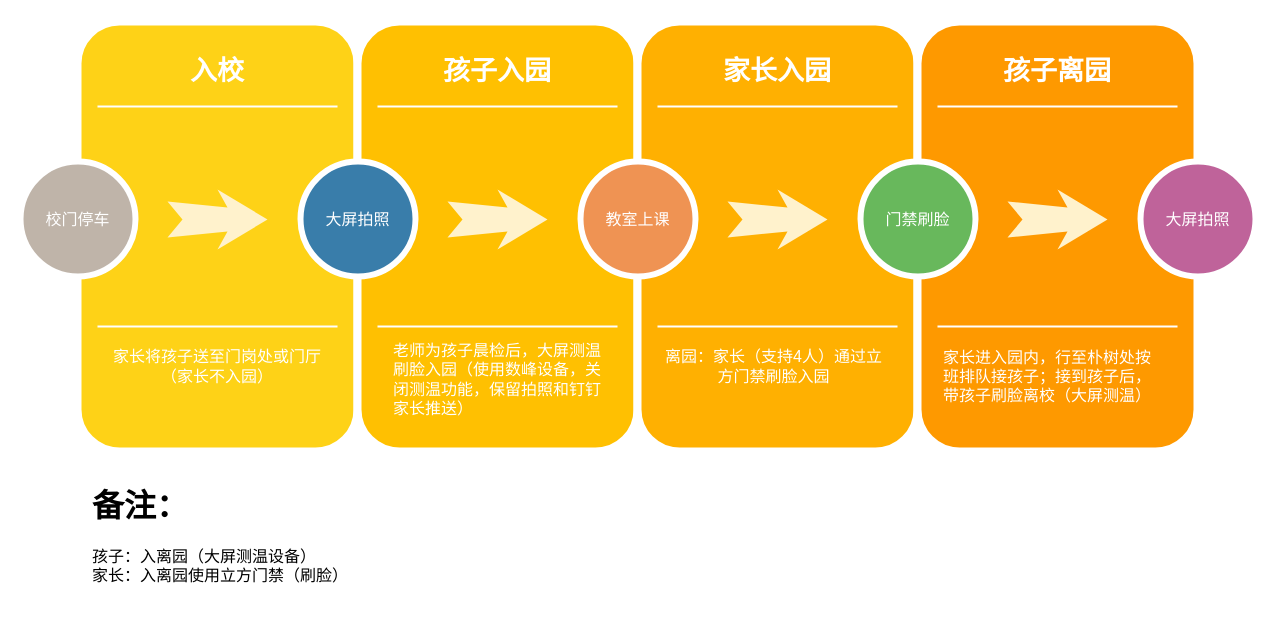
This is 云谷园区入离园方案.drawio from tidusxujun/chemao, a draw.io file, before an edit. Source tidied: cells renumbered, new cells numbered last; positions are measured from the earlier drawing's top-left corner, leaving out a move shared by most shapes. Both pictures are drawn from the tidied source at 100%, with x=0, y=0 at pixel (20, 21).
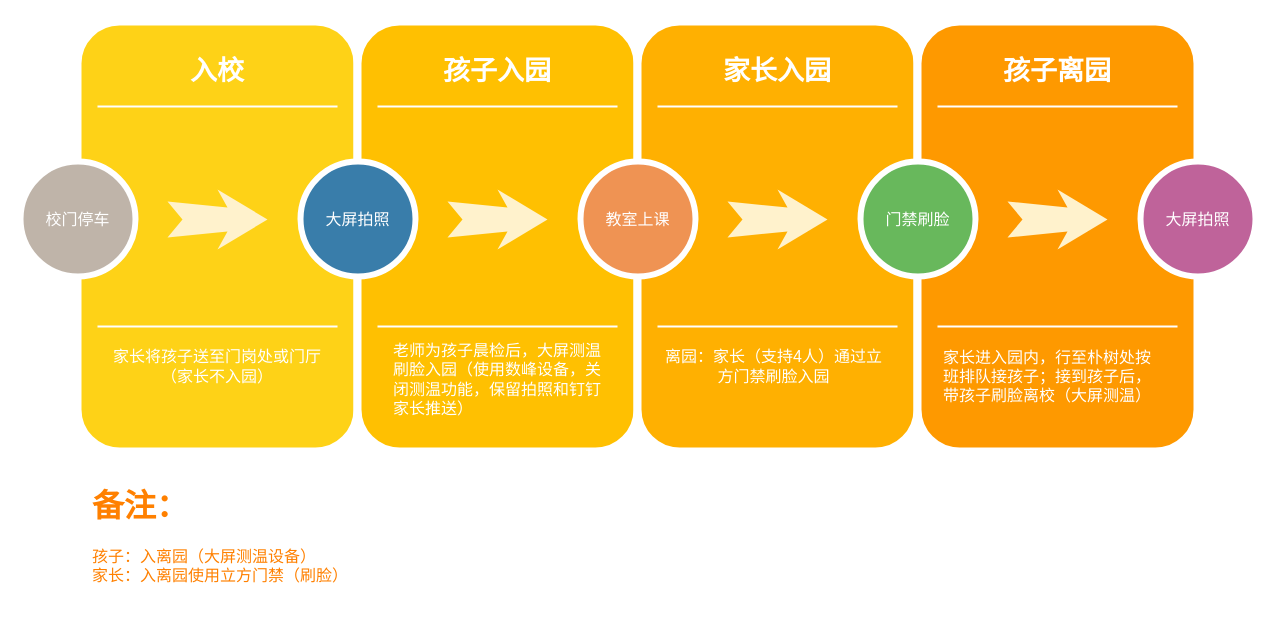
After the change.

Commit message:
更新云谷园区入离园方案.drawio

Diff of the diagram source:
```diff
@@
-    <mxCell id="31" value="&lt;h1&gt;备注：&lt;/h1&gt;&lt;div&gt;孩子：入离园（大屏测温设备）&lt;/div&gt;家长：入离&lt;span&gt;园使用立方门禁（刷脸）&lt;/span&gt;" style="text;html=1;strokeColor=none;fillColor=none;spacing=5;spacingTop=-20;whiteSpace=wrap;overflow=hidden;rounded=0;fontSize=16;align=left;" parent="1" vertex="1">
+    <mxCell id="31" value="&lt;h1&gt;备注：&lt;/h1&gt;&lt;div&gt;孩子：入离园（大屏测温设备）&lt;/div&gt;家长：入离&lt;span&gt;园使用立方门禁（刷脸）&lt;/span&gt;" style="text;html=1;strokeColor=none;fillColor=none;spacing=5;spacingTop=-20;whiteSpace=wrap;overflow=hidden;rounded=0;fontSize=16;align=left;fontColor=#FF8000;" parent="1" vertex="1">
       <mxGeometry x="67" y="455" width="344" height="140" as="geometry" />
     </mxCell>
```
